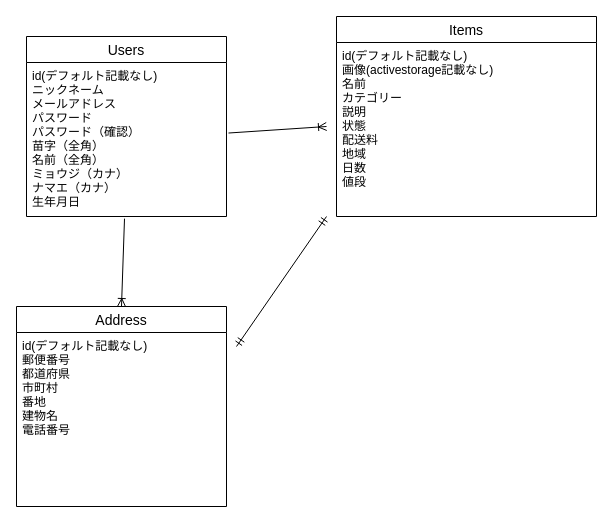
The draw.io diagram app/views/furima.dio in shin224224/furima-34968, before the edit. Source tidied: cells renumbered, new cells numbered last; positions are measured from the earlier drawing's top-left corner, leaving out a move shared by most shapes. Both pictures are drawn from the tidied source at 100%, with x=0, y=0 at pixel (16, 16).
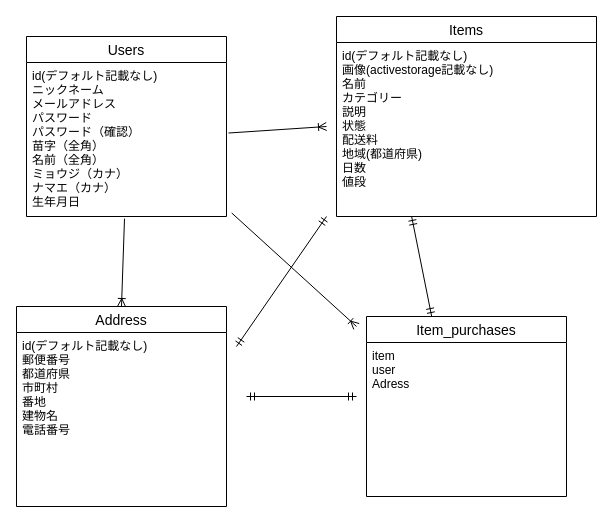
Above is the later version.

The edit, as a diff of the source:
```diff
@@
 <mxGraphModel>
   <root>
     <mxCell id="0" />
     <mxCell id="1" parent="0" />
     <mxCell id="2" value="Users" style="swimlane;fontStyle=0;horizontal=1;startSize=26;align=center;fontSize=14;" parent="1" vertex="1">
       <mxGeometry x="10" y="20" width="200" height="180" as="geometry" />
     </mxCell>
     <mxCell id="3" value="id(デフォルト記載なし)&#10;ニックネーム&#10;メールアドレス&#10;パスワード&#10;パスワード（確認）&#10;苗字（全角）&#10;名前（全角）&#10;ミョウジ（カナ）&#10;ナマエ（カナ）&#10;生年月日&#10;" style="text;strokeColor=none;fillColor=none;spacingLeft=4;spacingRight=4;overflow=hidden;points=[[0,0.5],[1,0.5]];portConstraint=eastwest;fontSize=12;" parent="2" vertex="1">
       <mxGeometry y="26" width="200" height="154" as="geometry" />
     </mxCell>
     <mxCell id="4" value="Items" style="swimlane;fontStyle=0;horizontal=1;startSize=26;align=center;fontSize=14;" parent="1" vertex="1">
       <mxGeometry x="320" width="260" height="200" as="geometry" />
     </mxCell>
-    <mxCell id="5" value="id(デフォルト記載なし)&#10;画像(activestorage記載なし)&#10;名前&#10;カテゴリー&#10;説明&#10;状態&#10;配送料&#10;地域&#10;日数&#10;値段" style="text;strokeColor=none;fillColor=none;spacingLeft=4;spacingRight=4;overflow=hidden;points=[[0,0.5],[1,0.5]];portConstraint=eastwest;fontSize=12;" parent="4" vertex="1">
+    <mxCell id="5" value="id(デフォルト記載なし)&#10;画像(activestorage記載なし)&#10;名前&#10;カテゴリー&#10;説明&#10;状態&#10;配送料&#10;地域(都道府県)&#10;日数&#10;値段" style="text;strokeColor=none;fillColor=none;spacingLeft=4;spacingRight=4;overflow=hidden;points=[[0,0.5],[1,0.5]];portConstraint=eastwest;fontSize=12;" parent="4" vertex="1">
       <mxGeometry y="26" width="260" height="174" as="geometry" />
     </mxCell>
     <mxCell id="6" value="Address" style="swimlane;fontStyle=0;horizontal=1;startSize=26;align=center;fontSize=14;" parent="1" vertex="1">
       <mxGeometry y="290" width="210" height="200" as="geometry" />
     </mxCell>
     <mxCell id="7" value="id(デフォルト記載なし)&#10;郵便番号&#10;都道府県&#10;市町村&#10;番地&#10;建物名&#10;電話番号&#10;" style="text;strokeColor=none;fillColor=none;spacingLeft=4;spacingRight=4;overflow=hidden;fontSize=12;" parent="6" vertex="1">
       <mxGeometry y="26" width="210" height="174" as="geometry" />
     </mxCell>
     <mxCell id="8" style="fontSize=12;html=1;endArrow=ERoneToMany;exitX=0.49;exitY=1.014;exitDx=0;exitDy=0;exitPerimeter=0;entryX=0.5;entryY=0;entryDx=0;entryDy=0;" parent="1" edge="1" source="3" target="6">
       <mxGeometry relative="1" as="geometry" />
     </mxCell>
     <mxCell id="9" style="fontSize=12;html=1;endArrow=ERoneToMany;exitX=1.01;exitY=0.458;exitDx=0;exitDy=0;exitPerimeter=0;" parent="1" edge="1" source="3">
       <mxGeometry relative="1" as="geometry">
         <mxPoint x="310" y="110" as="targetPoint" />
       </mxGeometry>
     </mxCell>
     <mxCell id="10" style="fontSize=12;html=1;endArrow=ERmandOne;startArrow=ERmandOne;" parent="1" edge="1">
       <mxGeometry relative="1" as="geometry">
         <mxPoint x="220" y="330" as="sourcePoint" />
         <mxPoint x="310" y="200" as="targetPoint" />
       </mxGeometry>
     </mxCell>
+    <mxCell id="11" value="Item_purchases" style="swimlane;fontStyle=0;horizontal=1;startSize=26;align=center;fontSize=14;" parent="1" vertex="1">
+      <mxGeometry x="350" y="300" width="200" height="180" as="geometry" />
+    </mxCell>
+    <mxCell id="12" value="item&#10;user&#10;Adress" style="text;strokeColor=none;fillColor=none;spacingLeft=4;spacingRight=4;overflow=hidden;fontSize=12;" parent="11" vertex="1">
+      <mxGeometry y="26" width="200" height="154" as="geometry" />
+    </mxCell>
+    <mxCell id="13" style="fontSize=12;html=1;endArrow=ERoneToMany;exitX=1.026;exitY=0.977;exitDx=0;exitDy=0;exitPerimeter=0;" parent="1" edge="1" source="3">
+      <mxGeometry relative="1" as="geometry">
+        <mxPoint x="340" y="310" as="targetPoint" />
+      </mxGeometry>
+    </mxCell>
+    <mxCell id="14" style="fontSize=12;html=1;endArrow=ERmandOne;startArrow=ERmandOne;entryX=0.289;entryY=1;entryDx=0;entryDy=0;entryPerimeter=0;exitX=0.326;exitY=0;exitDx=0;exitDy=0;exitPerimeter=0;" parent="1" edge="1" source="11" target="5">
+      <mxGeometry relative="1" as="geometry" />
+    </mxCell>
+    <mxCell id="15" style="fontSize=12;html=1;endArrow=ERmandOne;startArrow=ERmandOne;" parent="1" edge="1">
+      <mxGeometry relative="1" as="geometry">
+        <mxPoint x="230" y="380" as="sourcePoint" />
+        <mxPoint x="340" y="380" as="targetPoint" />
+      </mxGeometry>
+    </mxCell>
   </root>
 </mxGraphModel>
```
